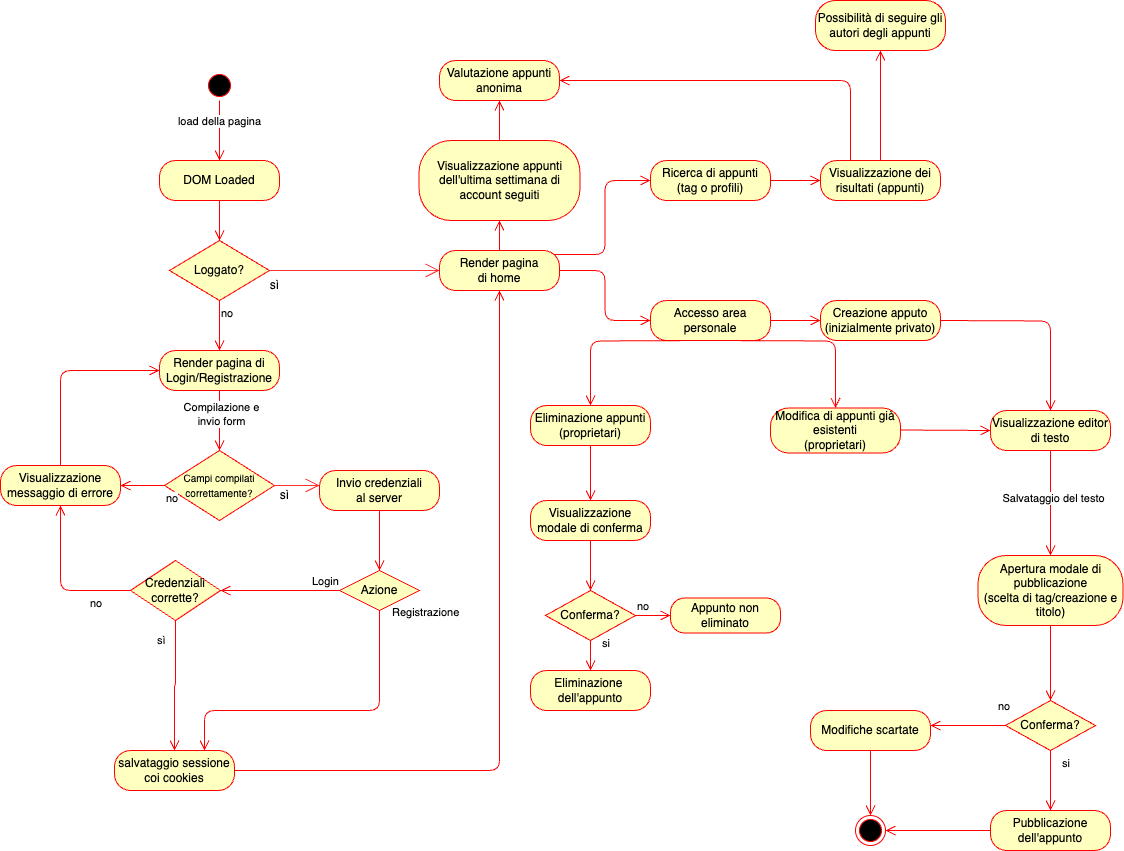
Earlier version of the draw.io export assets/schemas/diagrams/SchemaStato.drawio.png (AngeloRipamonti/5C_RipamontiAvvedutoKotisCinquetti_PortaleAppunti). Source tidied: cells renumbered, new cells last; positions are measured from the earlier drawing's top-left corner, leaving out a move shared by most shapes.
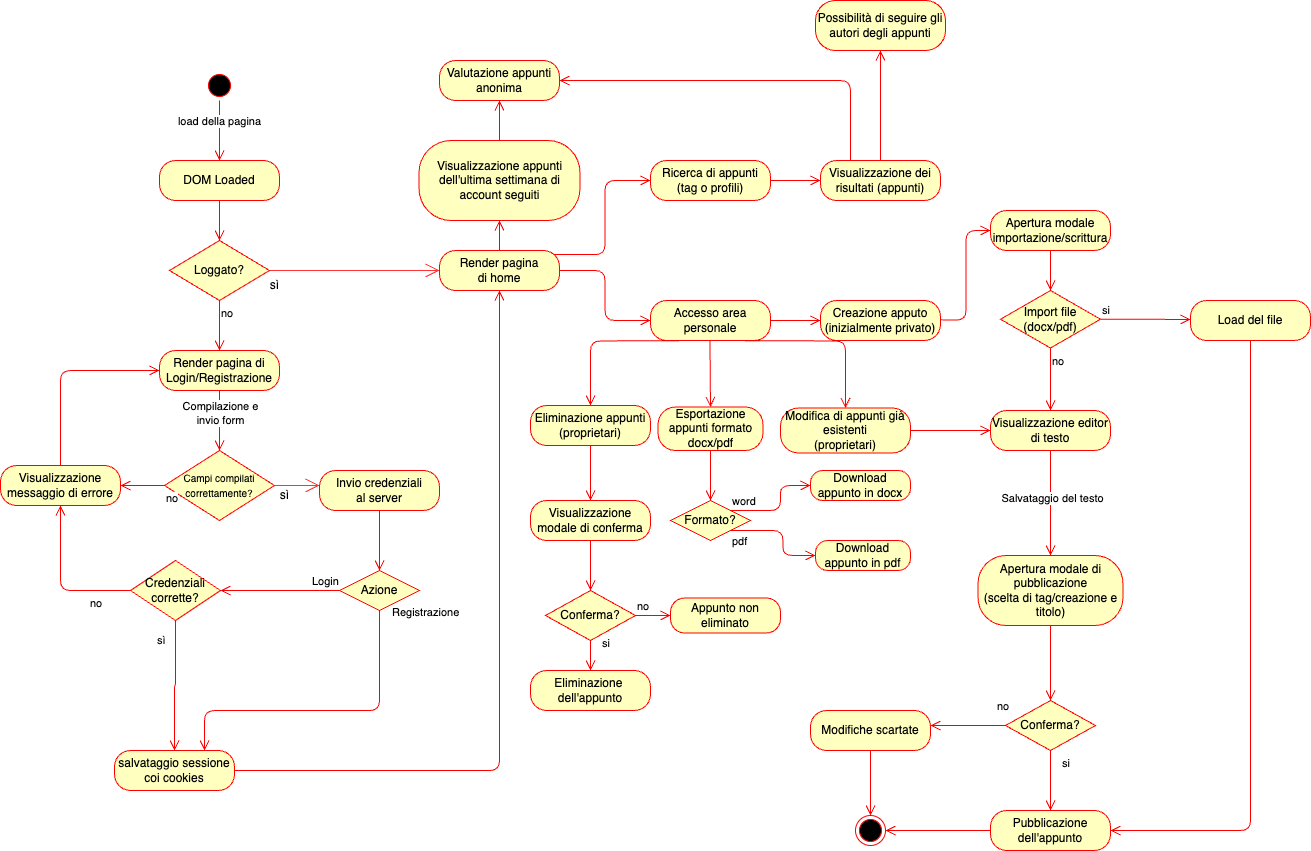
The same diagram one commit later.

Commit message:
export files (state diagram)

Change to the diagram source:
```diff
@@ -166,11 +166,6 @@
     <mxCell id="45" value="Visualizzazione editor di testo" style="rounded=1;whiteSpace=wrap;html=1;arcSize=40;fontColor=#000000;fillColor=#ffffc0;strokeColor=#ff0000;" parent="1" vertex="1">
       <mxGeometry x="990" y="410" width="120" height="40" as="geometry" />
     </mxCell>
-    <mxCell id="46" style="edgeStyle=orthogonalEdgeStyle;html=1;verticalAlign=bottom;endArrow=open;endSize=8;strokeColor=#ff0000;exitX=1;exitY=0.5;exitDx=0;exitDy=0;entryX=0.5;entryY=0;entryDx=0;entryDy=0;" parent="1" edge="1" target="45">
-      <mxGeometry relative="1" as="geometry">
-        <mxPoint x="940" y="320" as="sourcePoint" />
-      </mxGeometry>
-    </mxCell>
     <mxCell id="47" value="Apertura modale di pubblicazione&lt;div&gt;(scelta di tag/creazione e titolo)&lt;/div&gt;" style="rounded=1;whiteSpace=wrap;html=1;arcSize=40;fontColor=#000000;fillColor=#ffffc0;strokeColor=#ff0000;" parent="1" vertex="1">
       <mxGeometry x="977.5" y="555" width="145" height="70" as="geometry" />
     </mxCell>
@@ -189,7 +184,7 @@
       </mxGeometry>
     </mxCell>
     <mxCell id="52" value="Modifica di appunti già esistenti&lt;div&gt;(proprietari)&lt;/div&gt;" style="rounded=1;whiteSpace=wrap;html=1;arcSize=40;fontColor=#000000;fillColor=#ffffc0;strokeColor=#ff0000;" parent="1" vertex="1">
-      <mxGeometry x="770" y="407.5" width="130" height="45" as="geometry" />
+      <mxGeometry x="780" y="407.5" width="130" height="45" as="geometry" />
     </mxCell>
     <mxCell id="53" style="edgeStyle=orthogonalEdgeStyle;html=1;verticalAlign=bottom;endArrow=open;endSize=8;strokeColor=#ff0000;entryX=0.5;entryY=0;entryDx=0;entryDy=0;" parent="1" edge="1" target="52">
       <mxGeometry relative="1" as="geometry">
@@ -225,10 +220,8 @@
     <mxCell id="61" value="Appunto non eliminato" style="rounded=1;whiteSpace=wrap;html=1;arcSize=40;fontColor=#000000;fillColor=#ffffc0;strokeColor=#ff0000;" parent="1" vertex="1">
       <mxGeometry x="670" y="597.5" width="110" height="35" as="geometry" />
     </mxCell>
-    <mxCell id="62" style="edgeStyle=orthogonalEdgeStyle;html=1;verticalAlign=bottom;endArrow=open;endSize=8;strokeColor=#ff0000;exitX=1;exitY=0.5;exitDx=0;exitDy=0;entryX=0;entryY=0.5;entryDx=0;entryDy=0;" parent="1" edge="1" target="45">
-      <mxGeometry relative="1" as="geometry">
-        <mxPoint x="900" y="429.5" as="sourcePoint" />
-      </mxGeometry>
+    <mxCell id="62" style="edgeStyle=orthogonalEdgeStyle;html=1;verticalAlign=bottom;endArrow=open;endSize=8;strokeColor=#ff0000;exitX=1;exitY=0.5;exitDx=0;exitDy=0;entryX=0;entryY=0.5;entryDx=0;entryDy=0;" parent="1" edge="1" source="52" target="45">
+      <mxGeometry relative="1" as="geometry" />
     </mxCell>
     <mxCell id="63" value="Conferma?" style="rhombus;whiteSpace=wrap;html=1;fontColor=#000000;fillColor=#ffffc0;strokeColor=#ff0000;" parent="1" vertex="1">
       <mxGeometry x="1005" y="700" width="90" height="50" as="geometry" />
@@ -261,5 +254,59 @@
     <mxCell id="71" style="edgeStyle=orthogonalEdgeStyle;html=1;align=left;verticalAlign=bottom;endArrow=open;endSize=8;strokeColor=#ff0000;exitX=0;exitY=0.5;exitDx=0;exitDy=0;entryX=1;entryY=0.5;entryDx=0;entryDy=0;" parent="1" edge="1" source="67" target="69">
       <mxGeometry x="-0.75" y="-10" relative="1" as="geometry" />
     </mxCell>
+    <mxCell id="72" style="edgeStyle=orthogonalEdgeStyle;html=1;verticalAlign=bottom;endArrow=open;endSize=8;strokeColor=#ff0000;exitX=1;exitY=0.5;exitDx=0;exitDy=0;entryX=0;entryY=0.5;entryDx=0;entryDy=0;" parent="1" edge="1" target="73">
+      <mxGeometry relative="1" as="geometry">
+        <mxPoint x="940" y="319.3" as="sourcePoint" />
+      </mxGeometry>
+    </mxCell>
+    <mxCell id="73" value="Apertura modale&lt;div&gt;importazione/scrittura&lt;/div&gt;" style="rounded=1;whiteSpace=wrap;html=1;arcSize=40;fontColor=#000000;fillColor=#ffffc0;strokeColor=#ff0000;" parent="1" vertex="1">
+      <mxGeometry x="990" y="210" width="120" height="40" as="geometry" />
+    </mxCell>
+    <mxCell id="74" value="Import file&lt;div&gt;(docx/pdf)&lt;/div&gt;" style="rhombus;whiteSpace=wrap;html=1;fontColor=#000000;fillColor=#ffffc0;strokeColor=#ff0000;" parent="1" vertex="1">
+      <mxGeometry x="1000" y="290" width="100" height="57.5" as="geometry" />
+    </mxCell>
+    <mxCell id="75" value="si" style="edgeStyle=orthogonalEdgeStyle;html=1;align=left;verticalAlign=bottom;endArrow=open;endSize=8;strokeColor=#ff0000;" parent="1" edge="1" source="74">
+      <mxGeometry x="-1" relative="1" as="geometry">
+        <mxPoint x="1190" y="319" as="targetPoint" />
+      </mxGeometry>
+    </mxCell>
+    <mxCell id="76" value="no" style="edgeStyle=orthogonalEdgeStyle;html=1;align=left;verticalAlign=top;endArrow=open;endSize=8;strokeColor=#ff0000;entryX=0.5;entryY=0;entryDx=0;entryDy=0;" parent="1" edge="1" source="74" target="45">
+      <mxGeometry x="-1" relative="1" as="geometry" />
+    </mxCell>
+    <mxCell id="77" style="edgeStyle=orthogonalEdgeStyle;html=1;verticalAlign=bottom;endArrow=open;endSize=8;strokeColor=#ff0000;exitX=0.5;exitY=1;exitDx=0;exitDy=0;entryX=0.5;entryY=0;entryDx=0;entryDy=0;" parent="1" edge="1" source="73" target="74">
+      <mxGeometry relative="1" as="geometry" />
+    </mxCell>
+    <mxCell id="78" value="Load del file" style="rounded=1;whiteSpace=wrap;html=1;arcSize=40;fontColor=#000000;fillColor=#ffffc0;strokeColor=#ff0000;" parent="1" vertex="1">
+      <mxGeometry x="1190" y="300" width="120" height="40" as="geometry" />
+    </mxCell>
+    <mxCell id="79" style="edgeStyle=orthogonalEdgeStyle;html=1;verticalAlign=bottom;endArrow=open;endSize=8;strokeColor=#ff0000;entryX=1;entryY=0.5;entryDx=0;entryDy=0;exitX=0.5;exitY=1;exitDx=0;exitDy=0;" parent="1" edge="1" source="78" target="67">
+      <mxGeometry relative="1" as="geometry" />
+    </mxCell>
+    <mxCell id="80" value="Esportazione appunti formato&lt;div&gt;docx/pdf&lt;/div&gt;" style="rounded=1;whiteSpace=wrap;html=1;arcSize=40;fontColor=#000000;fillColor=#ffffc0;strokeColor=#ff0000;" parent="1" vertex="1">
+      <mxGeometry x="657.5" y="406.5" width="105" height="43.5" as="geometry" />
+    </mxCell>
+    <mxCell id="81" style="edgeStyle=orthogonalEdgeStyle;html=1;verticalAlign=bottom;endArrow=open;endSize=8;strokeColor=#ff0000;entryX=0.5;entryY=0;entryDx=0;entryDy=0;" parent="1" edge="1" source="80" target="83">
+      <mxGeometry relative="1" as="geometry" />
+    </mxCell>
+    <mxCell id="82" style="edgeStyle=orthogonalEdgeStyle;html=1;verticalAlign=bottom;endArrow=open;endSize=8;strokeColor=#ff0000;entryX=0.5;entryY=0;entryDx=0;entryDy=0;" parent="1" edge="1" target="80">
+      <mxGeometry relative="1" as="geometry">
+        <mxPoint x="709.5" y="340" as="sourcePoint" />
+      </mxGeometry>
+    </mxCell>
+    <mxCell id="83" value="Formato?" style="rhombus;whiteSpace=wrap;html=1;fontColor=#000000;fillColor=#ffffc0;strokeColor=#ff0000;" parent="1" vertex="1">
+      <mxGeometry x="670" y="500" width="80" height="40" as="geometry" />
+    </mxCell>
+    <mxCell id="84" value="word" style="edgeStyle=orthogonalEdgeStyle;html=1;align=left;verticalAlign=bottom;endArrow=open;endSize=8;strokeColor=#ff0000;exitX=1;exitY=0;exitDx=0;exitDy=0;entryX=0;entryY=0.5;entryDx=0;entryDy=0;" parent="1" edge="1" source="83" target="85">
+      <mxGeometry x="-1" relative="1" as="geometry" />
+    </mxCell>
+    <mxCell id="85" value="Download appunto in docx" style="rounded=1;whiteSpace=wrap;html=1;arcSize=40;fontColor=#000000;fillColor=#ffffc0;strokeColor=#ff0000;" parent="1" vertex="1">
+      <mxGeometry x="810" y="470" width="100" height="30" as="geometry" />
+    </mxCell>
+    <mxCell id="86" value="Download appunto in pdf" style="rounded=1;whiteSpace=wrap;html=1;arcSize=40;fontColor=#000000;fillColor=#ffffc0;strokeColor=#ff0000;" parent="1" vertex="1">
+      <mxGeometry x="815" y="540" width="95" height="30" as="geometry" />
+    </mxCell>
+    <mxCell id="87" value="pdf" style="edgeStyle=orthogonalEdgeStyle;html=1;align=left;verticalAlign=bottom;endArrow=open;endSize=8;strokeColor=#ff0000;exitX=1;exitY=1;exitDx=0;exitDy=0;entryX=0;entryY=0.5;entryDx=0;entryDy=0;" parent="1" edge="1" source="83" target="86">
+      <mxGeometry x="-1" y="-20" relative="1" as="geometry" />
+    </mxCell>
   </root>
 </mxGraphModel>
```
